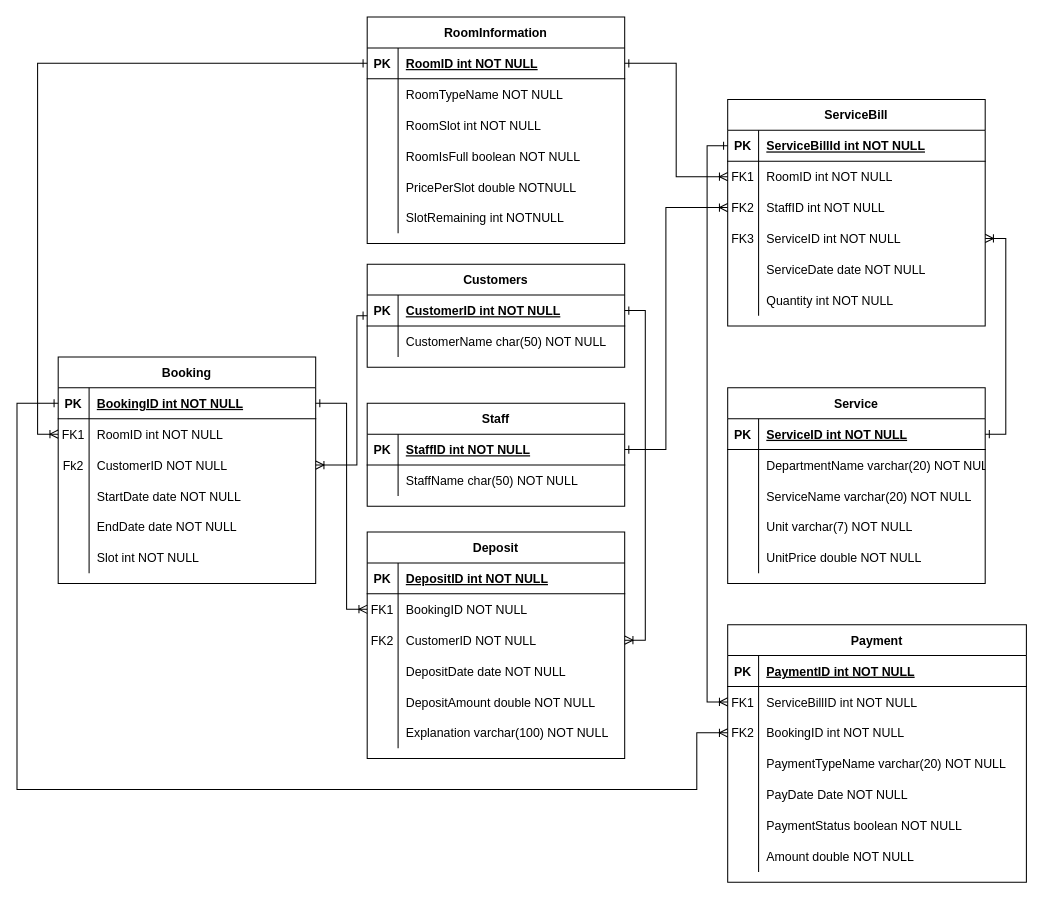
jonathanha52/SE104.L23.PMCL keeps this draw.io diagram as Diagram/Entity Relationship Diagram.drawio. Above is the earlier version. Source tidied: cells renumbered, new cells numbered last; positions are measured from the earlier drawing's top-left corner, leaving out a move shared by most shapes. Both pictures are drawn from the tidied source at 103%, with x=0, y=0 at pixel (16, 16).
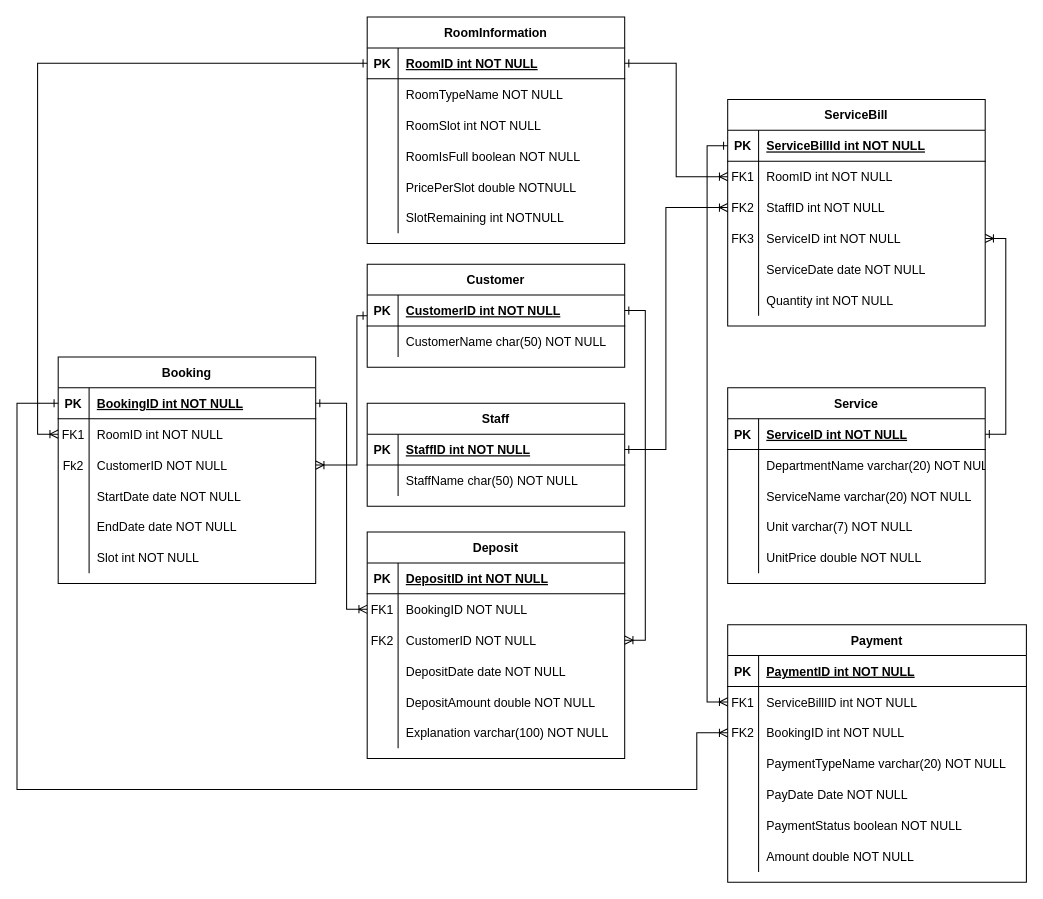
The same page after the edit.

Change to the diagram source:
```diff
@@
-    <mxCell id="38" value="Customers" style="shape=table;startSize=30;childLayout=tableLayout;rowLines=0;fontStyle=1;align=center;" parent="1" vertex="1">
+    <mxCell id="38" value="Customer" style="shape=table;startSize=30;childLayout=tableLayout;rowLines=0;fontStyle=1;align=center;" parent="1" vertex="1">
       <mxGeometry x="340" y="240" width="250" height="100" as="geometry" />
     </mxCell>
```
